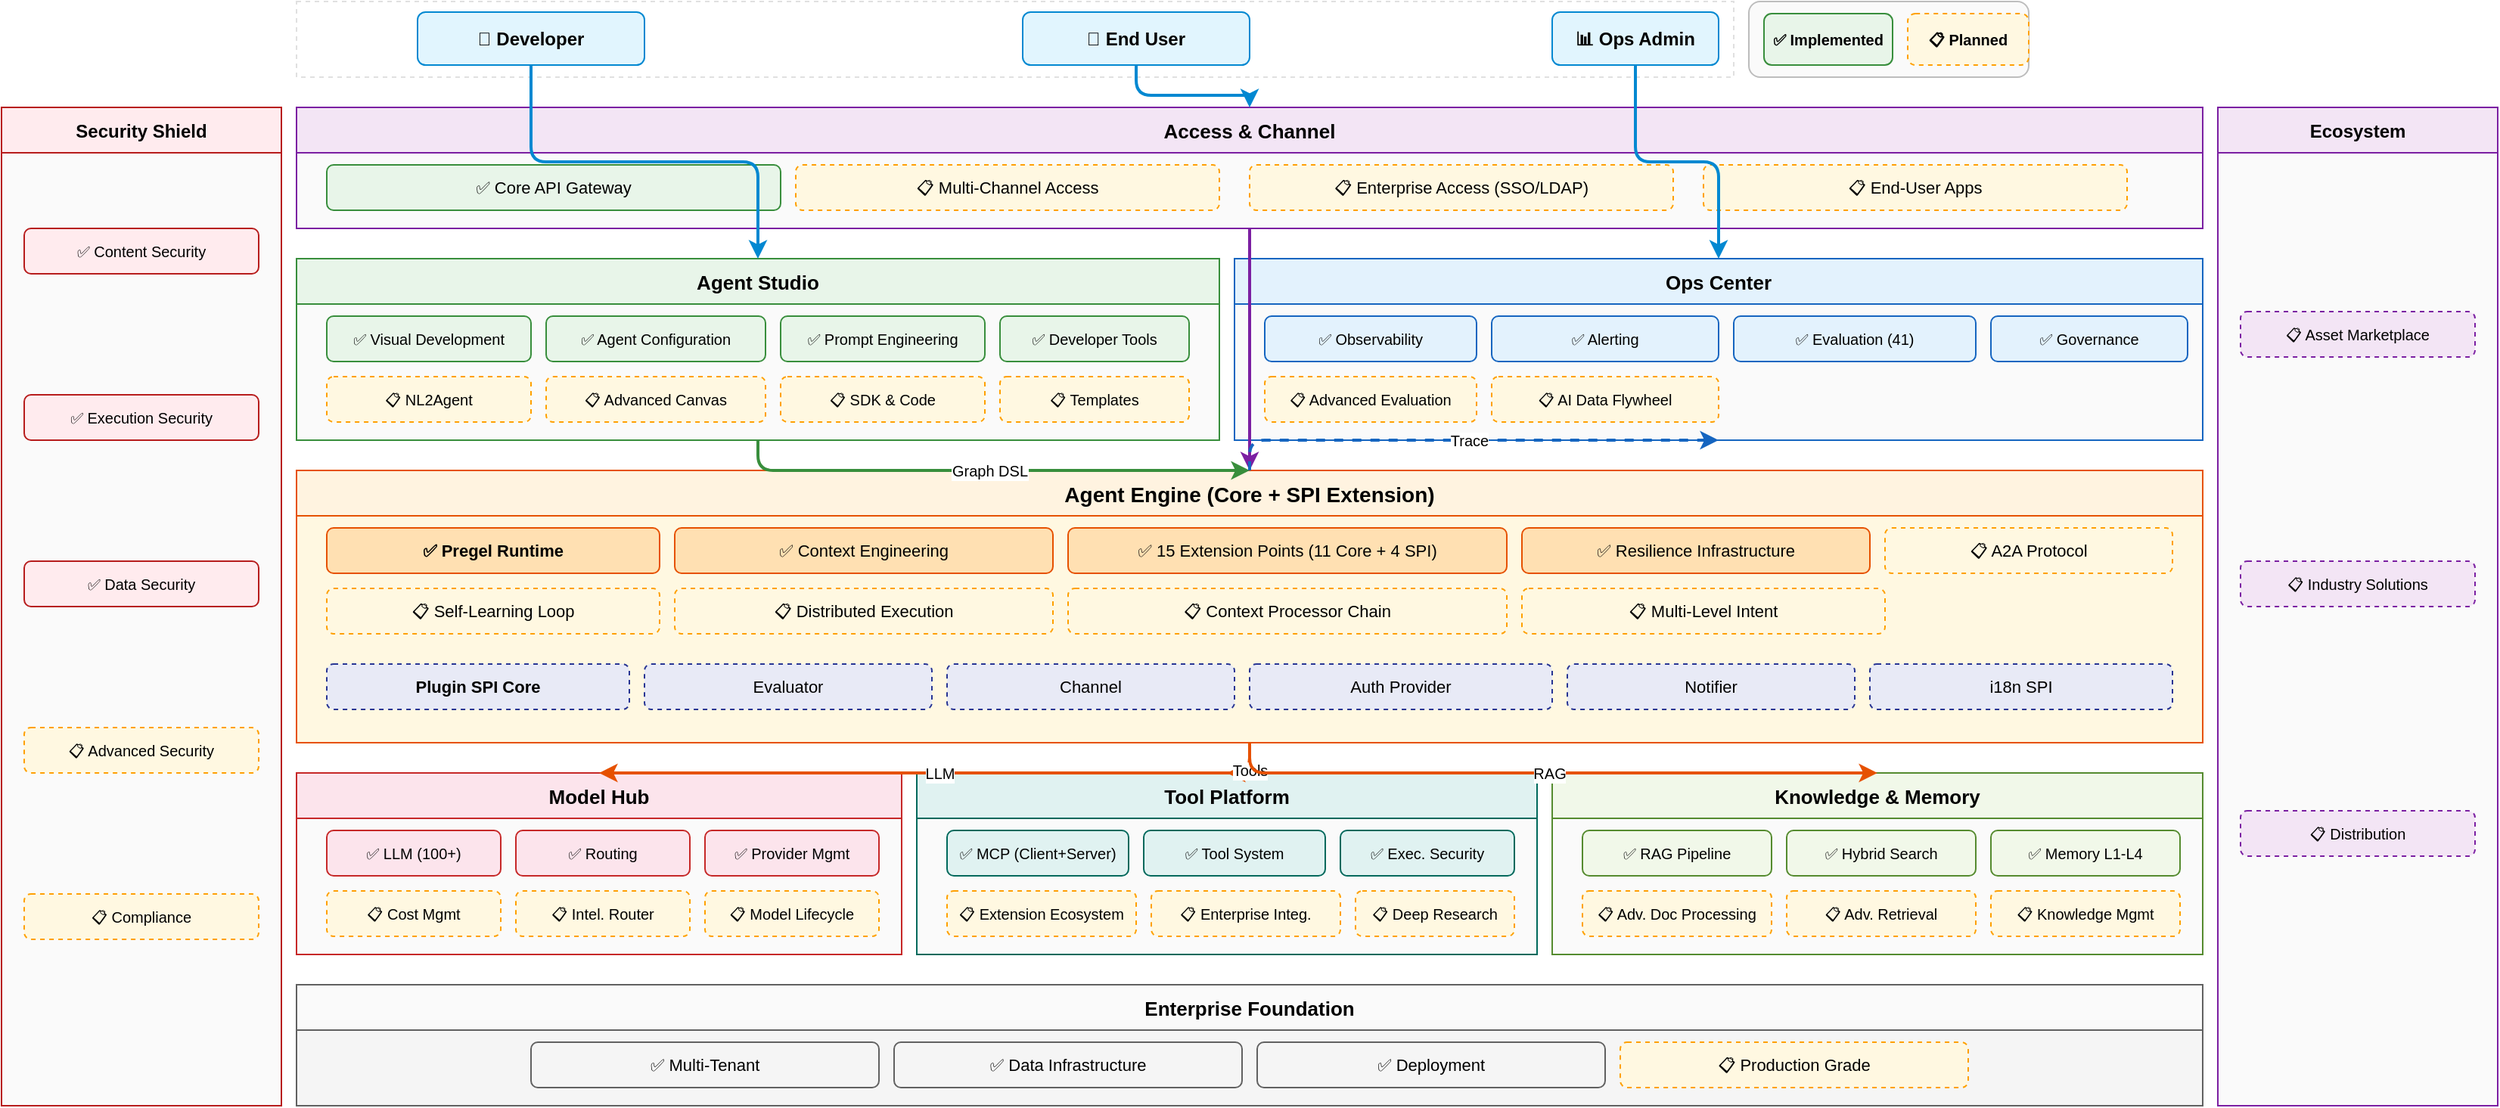
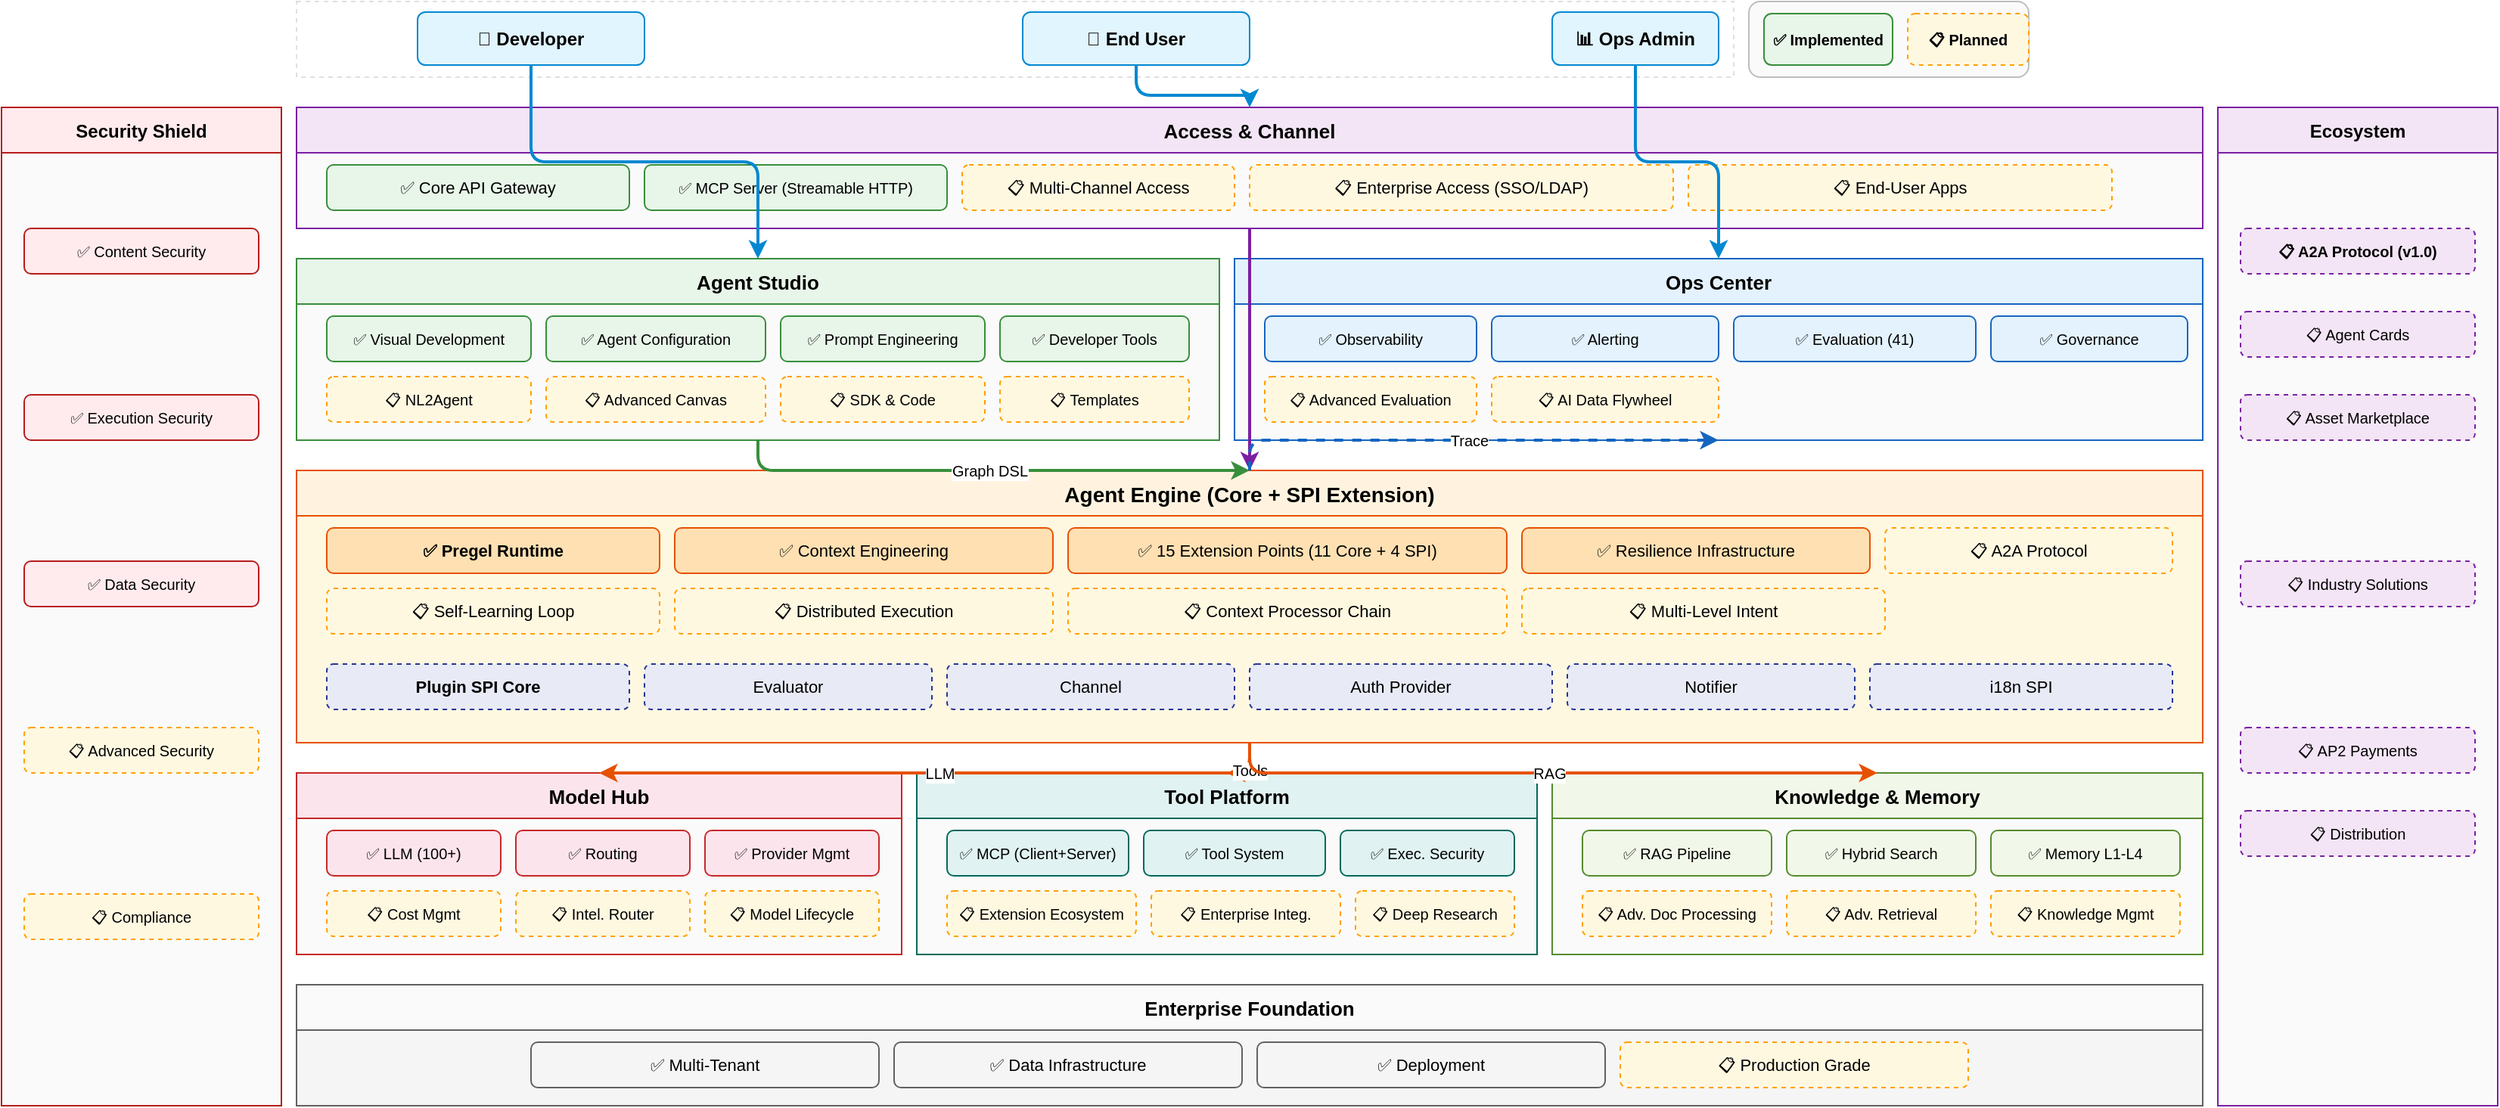
<?xml version="1.0" encoding="UTF-8"?>
<mxfile host="drawio" version="26.0.0">
  <diagram name="Hecate-L1-Architecture" id="hecate-l1-arch">
    <mxGraphModel dx="3000" dy="2200" grid="1" gridSize="10" guides="1" tooltips="1" connect="1" arrows="1" fold="1" page="1" pageScale="1" pageWidth="1700" pageHeight="800" math="0" shadow="0">
      <root>
        <mxCell id="0" />
        <mxCell id="1" parent="0" />

        <!-- ========== LEGEND ========== -->
        <mxCell id="legend" value="" style="rounded=1;whiteSpace=wrap;html=1;fillColor=#FAFAFA;strokeColor=#BDBDBD;strokeWidth=1;" vertex="1" parent="1">
          <mxGeometry x="1180" y="20" width="185" height="50" as="geometry" />
        </mxCell>
        <mxCell id="legend_done" value="✅ Implemented" style="rounded=1;whiteSpace=wrap;html=1;fillColor=#E8F5E9;strokeColor=#388E3C;fontSize=10;fontStyle=1;" vertex="1" parent="1">
          <mxGeometry x="1190" y="28" width="85" height="34" as="geometry" />
        </mxCell>
        <mxCell id="legend_plan" value="📋 Planned" style="rounded=1;whiteSpace=wrap;html=1;fillColor=#FFF8E1;strokeColor=#FFA000;fontSize=10;fontStyle=1;dashed=1;" vertex="1" parent="1">
          <mxGeometry x="1285" y="28" width="80" height="34" as="geometry" />
        </mxCell>
        <!-- ========== SECURITY SIDEBAR (LEFT, CROSS-CUTTING) ========== -->
        <mxCell id="sec_c" value="Security Shield" style="swimlane;startSize=30;fillColor=#FFEBEE;strokeColor=#B71C1C;fontSize=12;fontStyle=1;swimlaneFillColor=#FAFAFA;" vertex="1" parent="1">
          <mxGeometry x="25" y="90" width="185" height="660" as="geometry" />
        </mxCell>
        <mxCell id="sec_content" value="✅ Content Security" style="rounded=1;whiteSpace=wrap;html=1;fillColor=#FFEBEE;strokeColor=#B71C1C;fontSize=10;" vertex="1" parent="sec_c">
          <mxGeometry x="15" y="80" width="155" height="30" as="geometry" />
        </mxCell>
        <mxCell id="sec_exec" value="✅ Execution Security" style="rounded=1;whiteSpace=wrap;html=1;fillColor=#FFEBEE;strokeColor=#B71C1C;fontSize=10;" vertex="1" parent="sec_c">
          <mxGeometry x="15" y="190" width="155" height="30" as="geometry" />
        </mxCell>
        <mxCell id="sec_data" value="✅ Data Security" style="rounded=1;whiteSpace=wrap;html=1;fillColor=#FFEBEE;strokeColor=#B71C1C;fontSize=10;" vertex="1" parent="sec_c">
          <mxGeometry x="15" y="300" width="155" height="30" as="geometry" />
        </mxCell>
        <mxCell id="sec_advanced" value="📋 Advanced Security" style="rounded=1;whiteSpace=wrap;html=1;fillColor=#FFF8E1;strokeColor=#FFA000;dashed=1;fontSize=10;" vertex="1" parent="sec_c">
          <mxGeometry x="15" y="410" width="155" height="30" as="geometry" />
        </mxCell>
        <mxCell id="sec_compliance" value="📋 Compliance" style="rounded=1;whiteSpace=wrap;html=1;fillColor=#FFF8E1;strokeColor=#FFA000;dashed=1;fontSize=10;" vertex="1" parent="sec_c">
          <mxGeometry x="15" y="520" width="155" height="30" as="geometry" />
        </mxCell>

        <!-- ========== ECOSYSTEM SIDEBAR (RIGHT, CROSS-CUTTING) ========== -->
        <mxCell id="eco_c" value="Ecosystem" style="swimlane;startSize=30;fillColor=#F3E5F5;strokeColor=#7B1FA2;fontSize=12;fontStyle=1;swimlaneFillColor=#FAFAFA;" vertex="1" parent="1">
          <mxGeometry x="1490" y="90" width="185" height="660" as="geometry" />
        </mxCell>
+         <mxCell id="eco_a2a" value="📋 A2A Protocol (v1.0)" style="rounded=1;whiteSpace=wrap;html=1;fillColor=#F3E5F5;strokeColor=#7B1FA2;dashed=1;fontSize=10;fontStyle=1;" vertex="1" parent="eco_c">
+           <mxGeometry x="15" y="80" width="155" height="30" as="geometry" />
+         </mxCell>
+         <mxCell id="eco_cards" value="📋 Agent Cards" style="rounded=1;whiteSpace=wrap;html=1;fillColor=#F3E5F5;strokeColor=#7B1FA2;dashed=1;fontSize=10;" vertex="1" parent="eco_c">
+           <mxGeometry x="15" y="135" width="155" height="30" as="geometry" />
+         </mxCell>
        <mxCell id="eco_market" value="📋 Asset Marketplace" style="rounded=1;whiteSpace=wrap;html=1;fillColor=#F3E5F5;strokeColor=#7B1FA2;dashed=1;fontSize=10;" vertex="1" parent="eco_c">
-           <mxGeometry x="15" y="135" width="155" height="30" as="geometry" />
+           <mxGeometry x="15" y="190" width="155" height="30" as="geometry" />
        </mxCell>
        <mxCell id="eco_industry" value="📋 Industry Solutions" style="rounded=1;whiteSpace=wrap;html=1;fillColor=#F3E5F5;strokeColor=#7B1FA2;dashed=1;fontSize=10;" vertex="1" parent="eco_c">
          <mxGeometry x="15" y="300" width="155" height="30" as="geometry" />
+         </mxCell>
+         <mxCell id="eco_ap2" value="📋 AP2 Payments" style="rounded=1;whiteSpace=wrap;html=1;fillColor=#F3E5F5;strokeColor=#7B1FA2;dashed=1;fontSize=10;" vertex="1" parent="eco_c">
+           <mxGeometry x="15" y="410" width="155" height="30" as="geometry" />
        </mxCell>
        <mxCell id="eco_dist" value="📋 Distribution" style="rounded=1;whiteSpace=wrap;html=1;fillColor=#F3E5F5;strokeColor=#7B1FA2;dashed=1;fontSize=10;" vertex="1" parent="eco_c">
          <mxGeometry x="15" y="465" width="155" height="30" as="geometry" />
        </mxCell>

        <!-- ========== L0: USERS ========== -->
        <mxCell id="users_bg" value="" style="rounded=0;whiteSpace=wrap;html=1;fillColor=#FFFFFF;strokeColor=#E0E0E0;dashed=1;" vertex="1" parent="1">
          <mxGeometry x="220" y="20" width="950" height="50" as="geometry" />
        </mxCell>
        <mxCell id="dev" value="🔧 Developer" style="rounded=1;whiteSpace=wrap;html=1;fillColor=#E1F5FE;strokeColor=#0288D1;fontSize=12;fontStyle=1;" vertex="1" parent="1">
          <mxGeometry x="300" y="27" width="150" height="35" as="geometry" />
        </mxCell>
        <mxCell id="enduser" value="💬 End User" style="rounded=1;whiteSpace=wrap;html=1;fillColor=#E1F5FE;strokeColor=#0288D1;fontSize=12;fontStyle=1;" vertex="1" parent="1">
          <mxGeometry x="700" y="27" width="150" height="35" as="geometry" />
        </mxCell>
        <mxCell id="ops_user" value="📊 Ops Admin" style="rounded=1;whiteSpace=wrap;html=1;fillColor=#E1F5FE;strokeColor=#0288D1;fontSize=12;fontStyle=1;" vertex="1" parent="1">
          <mxGeometry x="1050" y="27" width="110" height="35" as="geometry" />
        </mxCell>

        <!-- ========== ACCESS & CHANNEL ========== -->
        <mxCell id="gw_c" value="Access &amp; Channel" style="swimlane;startSize=30;fillColor=#F3E5F5;strokeColor=#7B1FA2;fontSize=13;fontStyle=1;swimlaneFillColor=#FAFAFA;" vertex="1" parent="1">
          <mxGeometry x="220" y="90" width="1260" height="80" as="geometry" />
        </mxCell>
        <mxCell id="gw_core" value="✅ Core API Gateway" style="rounded=1;whiteSpace=wrap;html=1;fillColor=#E8F5E9;strokeColor=#388E3C;fontSize=11;" vertex="1" parent="gw_c">
-           <mxGeometry x="20" y="38" width="300" height="30" as="geometry" />
+           <mxGeometry x="20" y="38" width="200" height="30" as="geometry" />
+         </mxCell>
+         <mxCell id="gw_mcp" value="✅ MCP Server (Streamable HTTP)" style="rounded=1;whiteSpace=wrap;html=1;fillColor=#E8F5E9;strokeColor=#388E3C;fontSize=10;" vertex="1" parent="gw_c">
+           <mxGeometry x="230" y="38" width="200" height="30" as="geometry" />
        </mxCell>
        <mxCell id="gw_multi_ch" value="📋 Multi-Channel Access" style="rounded=1;whiteSpace=wrap;html=1;fillColor=#FFF8E1;strokeColor=#FFA000;dashed=1;fontSize=11;" vertex="1" parent="gw_c">
-           <mxGeometry x="330" y="38" width="280" height="30" as="geometry" />
+           <mxGeometry x="440" y="38" width="180" height="30" as="geometry" />
        </mxCell>
        <mxCell id="gw_enterprise" value="📋 Enterprise Access (SSO/LDAP)" style="rounded=1;whiteSpace=wrap;html=1;fillColor=#FFF8E1;strokeColor=#FFA000;dashed=1;fontSize=11;" vertex="1" parent="gw_c">
          <mxGeometry x="630" y="38" width="280" height="30" as="geometry" />
        </mxCell>
        <mxCell id="gw_enduser" value="📋 End-User Apps" style="rounded=1;whiteSpace=wrap;html=1;fillColor=#FFF8E1;strokeColor=#FFA000;dashed=1;fontSize=11;" vertex="1" parent="gw_c">
-           <mxGeometry x="930" y="38" width="280" height="30" as="geometry" />
+           <mxGeometry x="920" y="38" width="280" height="30" as="geometry" />
        </mxCell>

        <!-- ========== STUDIO + OPS ROW ========== -->
        <mxCell id="studio_c" value="Agent Studio" style="swimlane;startSize=30;fillColor=#E8F5E9;strokeColor=#388E3C;fontSize=13;fontStyle=1;swimlaneFillColor=#FAFAFA;" vertex="1" parent="1">
          <mxGeometry x="220" y="190" width="610" height="120" as="geometry" />
        </mxCell>
        <mxCell id="s_visual" value="✅ Visual Development" style="rounded=1;whiteSpace=wrap;html=1;fillColor=#E8F5E9;strokeColor=#388E3C;fontSize=10;" vertex="1" parent="studio_c">
          <mxGeometry x="20" y="38" width="135" height="30" as="geometry" />
        </mxCell>
        <mxCell id="s_agentcfg" value="✅ Agent Configuration" style="rounded=1;whiteSpace=wrap;html=1;fillColor=#E8F5E9;strokeColor=#388E3C;fontSize=10;" vertex="1" parent="studio_c">
          <mxGeometry x="165" y="38" width="145" height="30" as="geometry" />
        </mxCell>
        <mxCell id="s_prompt" value="✅ Prompt Engineering" style="rounded=1;whiteSpace=wrap;html=1;fillColor=#E8F5E9;strokeColor=#388E3C;fontSize=10;" vertex="1" parent="studio_c">
          <mxGeometry x="320" y="38" width="135" height="30" as="geometry" />
        </mxCell>
        <mxCell id="s_devtools" value="✅ Developer Tools" style="rounded=1;whiteSpace=wrap;html=1;fillColor=#E8F5E9;strokeColor=#388E3C;fontSize=10;" vertex="1" parent="studio_c">
          <mxGeometry x="465" y="38" width="125" height="30" as="geometry" />
        </mxCell>
        <mxCell id="s_nl2x" value="📋 NL2Agent" style="rounded=1;whiteSpace=wrap;html=1;fillColor=#FFF8E1;strokeColor=#FFA000;dashed=1;fontSize=10;" vertex="1" parent="studio_c">
          <mxGeometry x="20" y="78" width="135" height="30" as="geometry" />
        </mxCell>
        <mxCell id="s_adv_canvas" value="📋 Advanced Canvas" style="rounded=1;whiteSpace=wrap;html=1;fillColor=#FFF8E1;strokeColor=#FFA000;dashed=1;fontSize=10;" vertex="1" parent="studio_c">
          <mxGeometry x="165" y="78" width="145" height="30" as="geometry" />
        </mxCell>
        <mxCell id="s_sdk" value="📋 SDK &amp; Code" style="rounded=1;whiteSpace=wrap;html=1;fillColor=#FFF8E1;strokeColor=#FFA000;dashed=1;fontSize=10;" vertex="1" parent="studio_c">
          <mxGeometry x="320" y="78" width="135" height="30" as="geometry" />
        </mxCell>
        <mxCell id="s_template_mkt" value="📋 Templates" style="rounded=1;whiteSpace=wrap;html=1;fillColor=#FFF8E1;strokeColor=#FFA000;dashed=1;fontSize=10;" vertex="1" parent="studio_c">
          <mxGeometry x="465" y="78" width="125" height="30" as="geometry" />
        </mxCell>

        <mxCell id="ops_c" value="Ops Center" style="swimlane;startSize=30;fillColor=#E3F2FD;strokeColor=#1565C0;fontSize=13;fontStyle=1;swimlaneFillColor=#FAFAFA;" vertex="1" parent="1">
          <mxGeometry x="840" y="190" width="640" height="120" as="geometry" />
        </mxCell>
        <mxCell id="o_observe" value="✅ Observability" style="rounded=1;whiteSpace=wrap;html=1;fillColor=#E3F2FD;strokeColor=#1565C0;fontSize=10;" vertex="1" parent="ops_c">
          <mxGeometry x="20" y="38" width="140" height="30" as="geometry" />
        </mxCell>
        <mxCell id="o_alert" value="✅ Alerting" style="rounded=1;whiteSpace=wrap;html=1;fillColor=#E3F2FD;strokeColor=#1565C0;fontSize=10;" vertex="1" parent="ops_c">
          <mxGeometry x="170" y="38" width="150" height="30" as="geometry" />
        </mxCell>
        <mxCell id="o_eval" value="✅ Evaluation (41)" style="rounded=1;whiteSpace=wrap;html=1;fillColor=#E3F2FD;strokeColor=#1565C0;fontSize=10;" vertex="1" parent="ops_c">
          <mxGeometry x="330" y="38" width="160" height="30" as="geometry" />
        </mxCell>
        <mxCell id="o_gov" value="✅ Governance" style="rounded=1;whiteSpace=wrap;html=1;fillColor=#E3F2FD;strokeColor=#1565C0;fontSize=10;" vertex="1" parent="ops_c">
          <mxGeometry x="500" y="38" width="130" height="30" as="geometry" />
        </mxCell>
        <mxCell id="o_adv_eval" value="📋 Advanced Evaluation" style="rounded=1;whiteSpace=wrap;html=1;fillColor=#FFF8E1;strokeColor=#FFA000;dashed=1;fontSize=10;" vertex="1" parent="ops_c">
          <mxGeometry x="20" y="78" width="140" height="30" as="geometry" />
        </mxCell>
        <mxCell id="o_ai_data" value="📋 AI Data Flywheel" style="rounded=1;whiteSpace=wrap;html=1;fillColor=#FFF8E1;strokeColor=#FFA000;dashed=1;fontSize=10;" vertex="1" parent="ops_c">
          <mxGeometry x="170" y="78" width="150" height="30" as="geometry" />
        </mxCell>

        <!-- ========== ENGINE (Core + SPI Extension) ========== -->
        <mxCell id="engine_c" value="Agent Engine (Core + SPI Extension)" style="swimlane;startSize=30;fillColor=#FFF3E0;strokeColor=#E65100;fontSize=14;fontStyle=1;swimlaneFillColor=#FFF8E1;" vertex="1" parent="1">
          <mxGeometry x="220" y="330" width="1260" height="180" as="geometry" />
        </mxCell>
        <!-- Row 1: Implemented Core -->
        <mxCell id="e_pregel" value="✅ Pregel Runtime" style="rounded=1;whiteSpace=wrap;html=1;fillColor=#FFE0B2;strokeColor=#E65100;fontSize=11;fontStyle=1;" vertex="1" parent="engine_c">
          <mxGeometry x="20" y="38" width="220" height="30" as="geometry" />
        </mxCell>
        <mxCell id="e_ctx" value="✅ Context Engineering" style="rounded=1;whiteSpace=wrap;html=1;fillColor=#FFE0B2;strokeColor=#E65100;fontSize=11;" vertex="1" parent="engine_c">
          <mxGeometry x="250" y="38" width="250" height="30" as="geometry" />
        </mxCell>
        <mxCell id="e_abcs" value="✅ 15 Extension Points (11 Core + 4 SPI)" style="rounded=1;whiteSpace=wrap;html=1;fillColor=#FFE0B2;strokeColor=#E65100;fontSize=11;" vertex="1" parent="engine_c">
          <mxGeometry x="510" y="38" width="290" height="30" as="geometry" />
        </mxCell>
        <mxCell id="e_resilience" value="✅ Resilience Infrastructure" style="rounded=1;whiteSpace=wrap;html=1;fillColor=#FFE0B2;strokeColor=#E65100;fontSize=11;" vertex="1" parent="engine_c">
          <mxGeometry x="810" y="38" width="230" height="30" as="geometry" />
        </mxCell>
        <mxCell id="e_a2a" value="📋 A2A Protocol" style="rounded=1;whiteSpace=wrap;html=1;fillColor=#FFF8E1;strokeColor=#FFA000;dashed=1;fontSize=11;" vertex="1" parent="engine_c">
          <mxGeometry x="1050" y="38" width="190" height="30" as="geometry" />
        </mxCell>
        <!-- Row 2: Planned Core -->
        <mxCell id="e_selflearn" value="📋 Self-Learning Loop" style="rounded=1;whiteSpace=wrap;html=1;fillColor=#FFF8E1;strokeColor=#FFA000;dashed=1;fontSize=11;" vertex="1" parent="engine_c">
          <mxGeometry x="20" y="78" width="220" height="30" as="geometry" />
        </mxCell>
        <mxCell id="e_distributed" value="📋 Distributed Execution" style="rounded=1;whiteSpace=wrap;html=1;fillColor=#FFF8E1;strokeColor=#FFA000;dashed=1;fontSize=11;" vertex="1" parent="engine_c">
          <mxGeometry x="250" y="78" width="250" height="30" as="geometry" />
        </mxCell>
        <mxCell id="e_ctx_chain" value="📋 Context Processor Chain" style="rounded=1;whiteSpace=wrap;html=1;fillColor=#FFF8E1;strokeColor=#FFA000;dashed=1;fontSize=11;" vertex="1" parent="engine_c">
          <mxGeometry x="510" y="78" width="290" height="30" as="geometry" />
        </mxCell>
        <mxCell id="e_intent" value="📋 Multi-Level Intent" style="rounded=1;whiteSpace=wrap;html=1;fillColor=#FFF8E1;strokeColor=#FFA000;dashed=1;fontSize=11;" vertex="1" parent="engine_c">
          <mxGeometry x="810" y="78" width="240" height="30" as="geometry" />
        </mxCell>
        <!-- Row 3: SPI Extension Points -->
        <mxCell id="spi_plugin" value="Plugin SPI Core" style="rounded=1;whiteSpace=wrap;html=1;fillColor=#E8EAF6;strokeColor=#283593;dashed=1;fontSize=11;fontStyle=1;" vertex="1" parent="engine_c">
          <mxGeometry x="20" y="128" width="200" height="30" as="geometry" />
        </mxCell>
        <mxCell id="spi_eval" value="Evaluator" style="rounded=1;whiteSpace=wrap;html=1;fillColor=#E8EAF6;strokeColor=#283593;dashed=1;fontSize=11;" vertex="1" parent="engine_c">
          <mxGeometry x="230" y="128" width="190" height="30" as="geometry" />
        </mxCell>
        <mxCell id="spi_channel" value="Channel" style="rounded=1;whiteSpace=wrap;html=1;fillColor=#E8EAF6;strokeColor=#283593;dashed=1;fontSize=11;" vertex="1" parent="engine_c">
          <mxGeometry x="430" y="128" width="190" height="30" as="geometry" />
        </mxCell>
        <mxCell id="spi_auth" value="Auth Provider" style="rounded=1;whiteSpace=wrap;html=1;fillColor=#E8EAF6;strokeColor=#283593;dashed=1;fontSize=11;" vertex="1" parent="engine_c">
          <mxGeometry x="630" y="128" width="200" height="30" as="geometry" />
        </mxCell>
        <mxCell id="spi_notify" value="Notifier" style="rounded=1;whiteSpace=wrap;html=1;fillColor=#E8EAF6;strokeColor=#283593;dashed=1;fontSize=11;" vertex="1" parent="engine_c">
          <mxGeometry x="840" y="128" width="190" height="30" as="geometry" />
        </mxCell>
        <mxCell id="spi_i18n" value="i18n SPI" style="rounded=1;whiteSpace=wrap;html=1;fillColor=#E8EAF6;strokeColor=#283593;dashed=1;fontSize=11;" vertex="1" parent="engine_c">
          <mxGeometry x="1040" y="128" width="200" height="30" as="geometry" />
        </mxCell>

        <!-- ========== CAPABILITY ROW ========== -->
        <mxCell id="model_c" value="Model Hub" style="swimlane;startSize=30;fillColor=#FCE4EC;strokeColor=#C62828;fontSize=13;fontStyle=1;swimlaneFillColor=#FAFAFA;" vertex="1" parent="1">
          <mxGeometry x="220" y="530" width="400" height="120" as="geometry" />
        </mxCell>
        <mxCell id="m_llm" value="✅ LLM (100+)" style="rounded=1;whiteSpace=wrap;html=1;fillColor=#FCE4EC;strokeColor=#C62828;fontSize=10;" vertex="1" parent="model_c">
          <mxGeometry x="20" y="38" width="115" height="30" as="geometry" />
        </mxCell>
        <mxCell id="m_routing" value="✅ Routing" style="rounded=1;whiteSpace=wrap;html=1;fillColor=#FCE4EC;strokeColor=#C62828;fontSize=10;" vertex="1" parent="model_c">
          <mxGeometry x="145" y="38" width="115" height="30" as="geometry" />
        </mxCell>
        <mxCell id="m_provider" value="✅ Provider Mgmt" style="rounded=1;whiteSpace=wrap;html=1;fillColor=#FCE4EC;strokeColor=#C62828;fontSize=10;" vertex="1" parent="model_c">
          <mxGeometry x="270" y="38" width="115" height="30" as="geometry" />
        </mxCell>
        <mxCell id="m_cost" value="📋 Cost Mgmt" style="rounded=1;whiteSpace=wrap;html=1;fillColor=#FFF8E1;strokeColor=#FFA000;dashed=1;fontSize=10;" vertex="1" parent="model_c">
          <mxGeometry x="20" y="78" width="115" height="30" as="geometry" />
        </mxCell>
        <mxCell id="m_intel_router" value="📋 Intel. Router" style="rounded=1;whiteSpace=wrap;html=1;fillColor=#FFF8E1;strokeColor=#FFA000;dashed=1;fontSize=10;" vertex="1" parent="model_c">
          <mxGeometry x="145" y="78" width="115" height="30" as="geometry" />
        </mxCell>
        <mxCell id="m_lifecycle" value="📋 Model Lifecycle" style="rounded=1;whiteSpace=wrap;html=1;fillColor=#FFF8E1;strokeColor=#FFA000;dashed=1;fontSize=10;" vertex="1" parent="model_c">
          <mxGeometry x="270" y="78" width="115" height="30" as="geometry" />
        </mxCell>

        <mxCell id="tool_c" value="Tool Platform" style="swimlane;startSize=30;fillColor=#E0F2F1;strokeColor=#00695C;fontSize=13;fontStyle=1;swimlaneFillColor=#FAFAFA;" vertex="1" parent="1">
          <mxGeometry x="630" y="530" width="410" height="120" as="geometry" />
        </mxCell>
        <mxCell id="t_mcp" value="✅ MCP (Client+Server)" style="rounded=1;whiteSpace=wrap;html=1;fillColor=#E0F2F1;strokeColor=#00695C;fontSize=10;" vertex="1" parent="tool_c">
          <mxGeometry x="20" y="38" width="120" height="30" as="geometry" />
        </mxCell>
        <mxCell id="t_tools" value="✅ Tool System" style="rounded=1;whiteSpace=wrap;html=1;fillColor=#E0F2F1;strokeColor=#00695C;fontSize=10;" vertex="1" parent="tool_c">
          <mxGeometry x="150" y="38" width="120" height="30" as="geometry" />
        </mxCell>
        <mxCell id="t_sandbox" value="✅ Exec. Security" style="rounded=1;whiteSpace=wrap;html=1;fillColor=#E0F2F1;strokeColor=#00695C;fontSize=10;" vertex="1" parent="tool_c">
          <mxGeometry x="280" y="38" width="115" height="30" as="geometry" />
        </mxCell>
        <mxCell id="t_plugin" value="📋 Extension Ecosystem" style="rounded=1;whiteSpace=wrap;html=1;fillColor=#FFF8E1;strokeColor=#FFA000;dashed=1;fontSize=10;" vertex="1" parent="tool_c">
          <mxGeometry x="20" y="78" width="125" height="30" as="geometry" />
        </mxCell>
        <mxCell id="t_enterprise" value="📋 Enterprise Integ." style="rounded=1;whiteSpace=wrap;html=1;fillColor=#FFF8E1;strokeColor=#FFA000;dashed=1;fontSize=10;" vertex="1" parent="tool_c">
          <mxGeometry x="155" y="78" width="125" height="30" as="geometry" />
        </mxCell>
        <mxCell id="t_deepresearch" value="📋 Deep Research" style="rounded=1;whiteSpace=wrap;html=1;fillColor=#FFF8E1;strokeColor=#FFA000;dashed=1;fontSize=10;" vertex="1" parent="tool_c">
          <mxGeometry x="290" y="78" width="105" height="30" as="geometry" />
        </mxCell>

        <mxCell id="km_c" value="Knowledge &amp; Memory" style="swimlane;startSize=30;fillColor=#F1F8E9;strokeColor=#558B2F;fontSize=13;fontStyle=1;swimlaneFillColor=#FAFAFA;" vertex="1" parent="1">
          <mxGeometry x="1050" y="530" width="430" height="120" as="geometry" />
        </mxCell>
        <mxCell id="k_rag" value="✅ RAG Pipeline" style="rounded=1;whiteSpace=wrap;html=1;fillColor=#F1F8E9;strokeColor=#558B2F;fontSize=10;" vertex="1" parent="km_c">
          <mxGeometry x="20" y="38" width="125" height="30" as="geometry" />
        </mxCell>
        <mxCell id="k_search" value="✅ Hybrid Search" style="rounded=1;whiteSpace=wrap;html=1;fillColor=#F1F8E9;strokeColor=#558B2F;fontSize=10;" vertex="1" parent="km_c">
          <mxGeometry x="155" y="38" width="125" height="30" as="geometry" />
        </mxCell>
        <mxCell id="k_memory" value="✅ Memory L1-L4" style="rounded=1;whiteSpace=wrap;html=1;fillColor=#F1F8E9;strokeColor=#558B2F;fontSize=10;" vertex="1" parent="km_c">
          <mxGeometry x="290" y="38" width="125" height="30" as="geometry" />
        </mxCell>
        <mxCell id="k_adv_doc" value="📋 Adv. Doc Processing" style="rounded=1;whiteSpace=wrap;html=1;fillColor=#FFF8E1;strokeColor=#FFA000;dashed=1;fontSize=10;" vertex="1" parent="km_c">
          <mxGeometry x="20" y="78" width="125" height="30" as="geometry" />
        </mxCell>
        <mxCell id="k_adv_search" value="📋 Adv. Retrieval" style="rounded=1;whiteSpace=wrap;html=1;fillColor=#FFF8E1;strokeColor=#FFA000;dashed=1;fontSize=10;" vertex="1" parent="km_c">
          <mxGeometry x="155" y="78" width="125" height="30" as="geometry" />
        </mxCell>
        <mxCell id="k_kb_mgmt" value="📋 Knowledge Mgmt" style="rounded=1;whiteSpace=wrap;html=1;fillColor=#FFF8E1;strokeColor=#FFA000;dashed=1;fontSize=10;" vertex="1" parent="km_c">
          <mxGeometry x="290" y="78" width="125" height="30" as="geometry" />
        </mxCell>

        <!-- ========== FOUNDATION ========== -->
        <mxCell id="found_c" value="Enterprise Foundation" style="swimlane;startSize=30;fillColor=#FAFAFA;strokeColor=#616161;fontSize=13;fontStyle=1;swimlaneFillColor=#F5F5F5;" vertex="1" parent="1">
          <mxGeometry x="220" y="670" width="1260" height="80" as="geometry" />
        </mxCell>
        <mxCell id="f_tenant" value="✅ Multi-Tenant" style="rounded=1;whiteSpace=wrap;html=1;fillColor=#F5F5F5;strokeColor=#616161;fontSize=11;" vertex="1" parent="found_c">
          <mxGeometry x="155" y="38" width="230" height="30" as="geometry" />
        </mxCell>
        <mxCell id="f_data" value="✅ Data Infrastructure" style="rounded=1;whiteSpace=wrap;html=1;fillColor=#F5F5F5;strokeColor=#616161;fontSize=11;" vertex="1" parent="found_c">
          <mxGeometry x="395" y="38" width="230" height="30" as="geometry" />
        </mxCell>
        <mxCell id="f_deploy" value="✅ Deployment" style="rounded=1;whiteSpace=wrap;html=1;fillColor=#F5F5F5;strokeColor=#616161;fontSize=11;" vertex="1" parent="found_c">
          <mxGeometry x="635" y="38" width="230" height="30" as="geometry" />
        </mxCell>
        <mxCell id="f_production" value="📋 Production Grade" style="rounded=1;whiteSpace=wrap;html=1;fillColor=#FFF8E1;strokeColor=#FFA000;dashed=1;fontSize=11;" vertex="1" parent="found_c">
          <mxGeometry x="875" y="38" width="230" height="30" as="geometry" />
        </mxCell>

        <!-- ========== EDGES ========== -->
        <mxCell id="e1" value="" style="edgeStyle=orthogonalEdgeStyle;rounded=1;orthogonalLoop=1;jettySize=auto;html=1;strokeColor=#0288D1;strokeWidth=2;" edge="1" parent="1" source="dev" target="studio_c">
          <mxGeometry relative="1" as="geometry" />
        </mxCell>
        <mxCell id="e2" value="" style="edgeStyle=orthogonalEdgeStyle;rounded=1;orthogonalLoop=1;jettySize=auto;html=1;strokeColor=#0288D1;strokeWidth=2;" edge="1" parent="1" source="enduser" target="gw_c">
          <mxGeometry relative="1" as="geometry" />
        </mxCell>
        <mxCell id="e3" value="" style="edgeStyle=orthogonalEdgeStyle;rounded=1;orthogonalLoop=1;jettySize=auto;html=1;strokeColor=#0288D1;strokeWidth=2;" edge="1" parent="1" source="ops_user" target="ops_c">
          <mxGeometry relative="1" as="geometry" />
        </mxCell>
        <mxCell id="e4" value="" style="edgeStyle=orthogonalEdgeStyle;rounded=1;orthogonalLoop=1;jettySize=auto;html=1;strokeColor=#7B1FA2;strokeWidth=2;" edge="1" parent="1" source="gw_c" target="engine_c">
          <mxGeometry relative="1" as="geometry" />
        </mxCell>
        <mxCell id="e5" value="Graph DSL" style="edgeStyle=orthogonalEdgeStyle;rounded=1;orthogonalLoop=1;jettySize=auto;html=1;strokeColor=#388E3C;strokeWidth=2;fontSize=10;" edge="1" parent="1" source="studio_c" target="engine_c">
          <mxGeometry relative="1" as="geometry" />
        </mxCell>
        <mxCell id="e7" value="LLM" style="edgeStyle=orthogonalEdgeStyle;rounded=1;orthogonalLoop=1;jettySize=auto;html=1;strokeColor=#E65100;strokeWidth=2;fontSize=10;" edge="1" parent="1" source="engine_c" target="model_c">
          <mxGeometry relative="1" as="geometry" />
        </mxCell>
        <mxCell id="e8" value="Tools" style="edgeStyle=orthogonalEdgeStyle;rounded=1;orthogonalLoop=1;jettySize=auto;html=1;strokeColor=#E65100;strokeWidth=2;fontSize=10;" edge="1" parent="1" source="engine_c" target="tool_c">
          <mxGeometry relative="1" as="geometry" />
        </mxCell>
        <mxCell id="e9" value="RAG" style="edgeStyle=orthogonalEdgeStyle;rounded=1;orthogonalLoop=1;jettySize=auto;html=1;strokeColor=#E65100;strokeWidth=2;fontSize=10;" edge="1" parent="1" source="engine_c" target="km_c">
          <mxGeometry relative="1" as="geometry" />
        </mxCell>
        <mxCell id="e10" value="Trace" style="edgeStyle=orthogonalEdgeStyle;rounded=1;orthogonalLoop=1;jettySize=auto;html=1;strokeColor=#1565C0;strokeWidth=2;dashed=1;fontSize=10;" edge="1" parent="1" source="engine_c" target="ops_c">
          <mxGeometry relative="1" as="geometry" />
        </mxCell>

      </root>
    </mxGraphModel>
  </diagram>
</mxfile>
